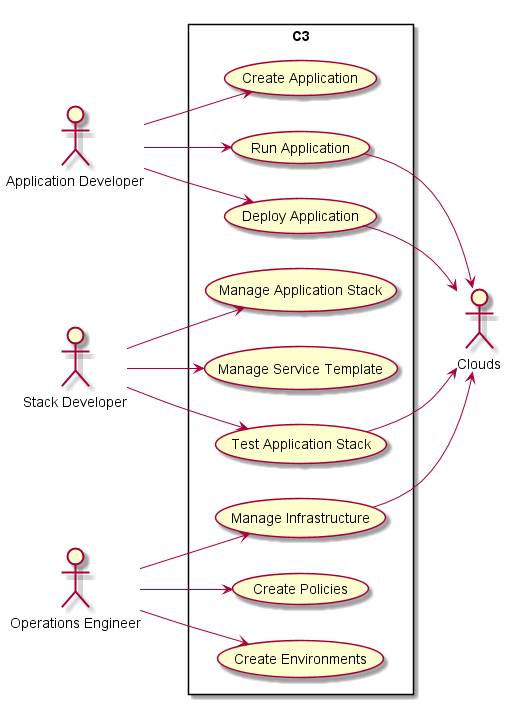
The PlantUML diagram docs/UseCases/UseCases.png in CAADE/C3, before a commit.
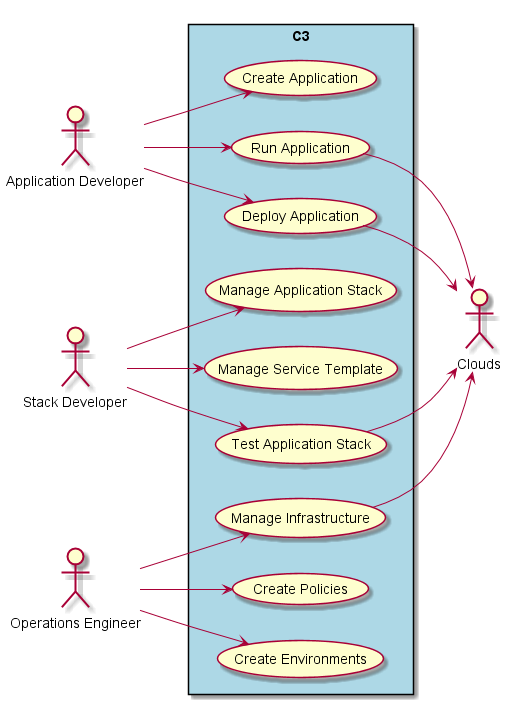
Later version of the same file.

Change to the diagram source:
```diff
@@ -7,7 +7,7 @@
 :Operations Engineer: as Ops
 :Clouds: as Cloud
 
-rectangle "C3" {
+rectangle "C3" #lightblue {
     Dev --> (Create Application)
     Dev --> (Run Application)
     Dev --> (Deploy Application)
```
